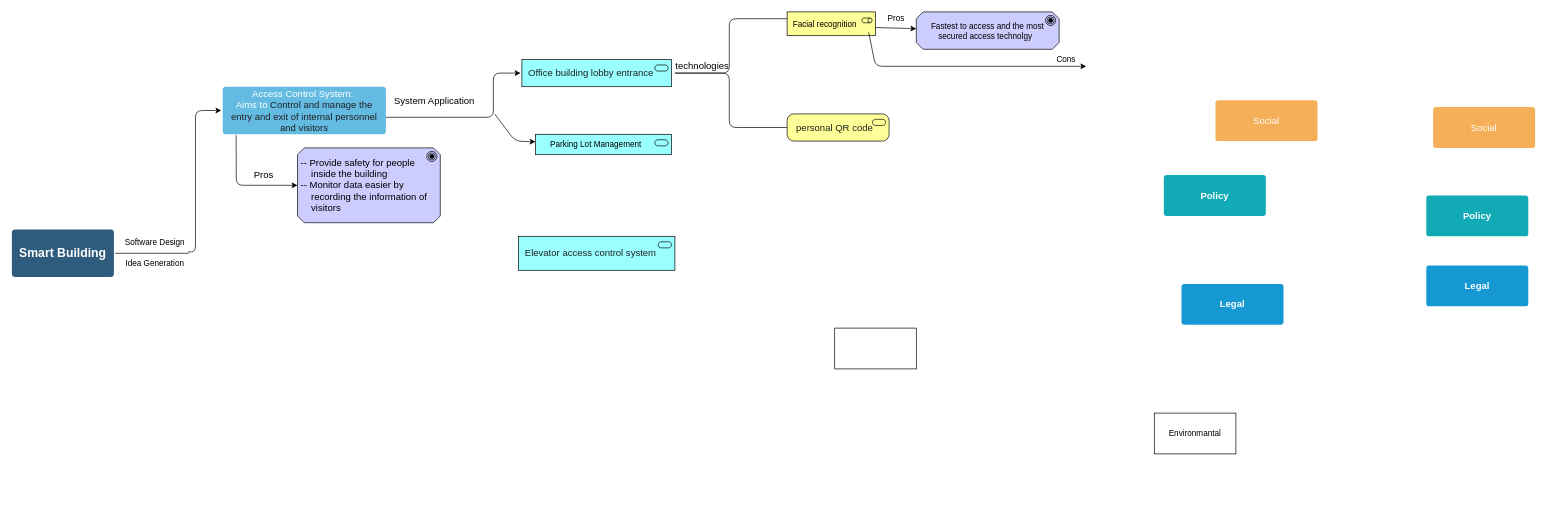
The draw.io diagram Untitled Diagram.drawio in Allen-W426/java-8-lambdas-exercises, before the edit. Source tidied: cells renumbered, new cells numbered last; positions are measured from the earlier drawing's top-left corner, leaving out a move shared by most shapes. Both pictures are drawn from the tidied source at 68%, with x=0, y=0 at pixel (12, 12).
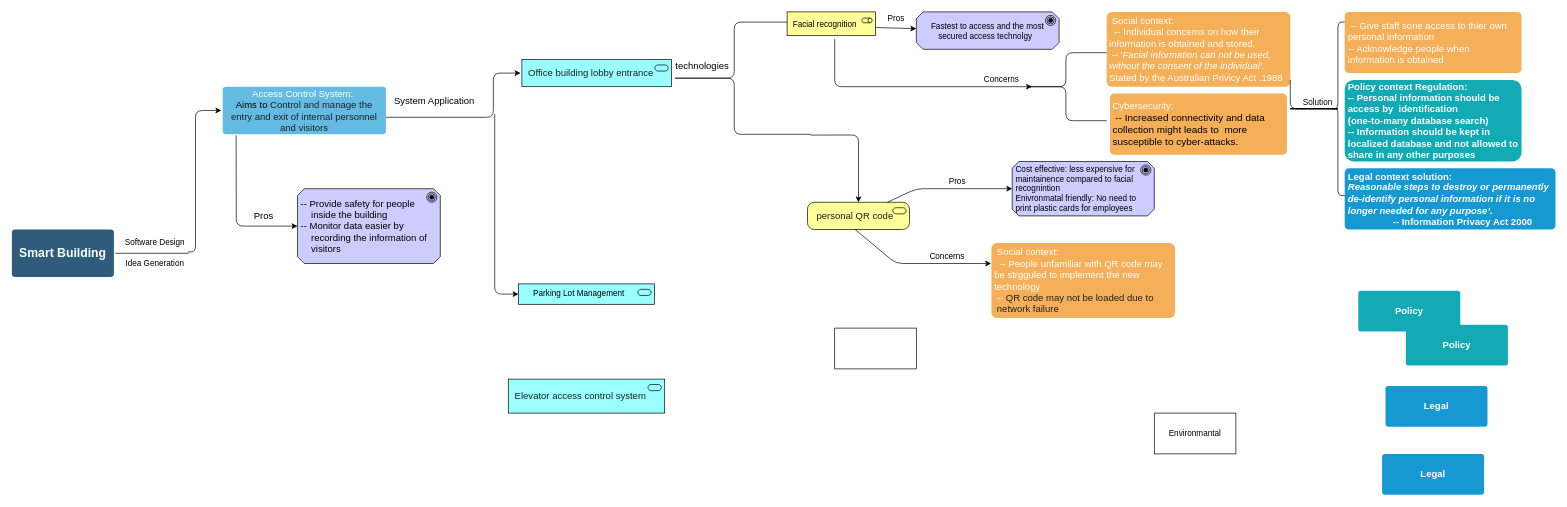
Above is the later version.

Diff of the diagram source:
```diff
@@
     <mxCell id="3" value="Legal" style="rounded=1;whiteSpace=wrap;html=1;shadow=0;labelBackgroundColor=none;strokeColor=none;strokeWidth=3;fillColor=#1699d3;fontFamily=Helvetica;fontSize=14;fontColor=#FFFFFF;align=center;spacing=5;fontStyle=1;arcSize=7;perimeterSpacing=2;" parent="1" vertex="1">
-      <mxGeometry x="1720" y="400" width="150" height="60" as="geometry" />
+      <mxGeometry x="2015" y="650" width="150" height="60" as="geometry" />
     </mxCell>
-    <mxCell id="4" value="Access Control System&lt;font style=&quot;font-size: 14px&quot;&gt;:&amp;nbsp; &lt;br&gt;Aims to&amp;nbsp;&lt;span style=&quot;color: rgb(32 , 33 , 36) ; font-family: &amp;#34;arial&amp;#34; , sans-serif ; text-align: left&quot;&gt;&lt;font&gt;Control and manage the entry and exit of internal personnel and visitors&lt;/font&gt;&lt;/span&gt;&lt;/font&gt;" style="rounded=1;whiteSpace=wrap;html=1;shadow=0;labelBackgroundColor=none;strokeColor=none;strokeWidth=3;fillColor=#64bbe2;fontFamily=Helvetica;fontSize=14;fontColor=#FFFFFF;align=center;spacing=5;arcSize=7;perimeterSpacing=2;" parent="1" vertex="1">
+    <mxCell id="4" value="Access Control System&lt;font style=&quot;font-size: 14px&quot;&gt;:&amp;nbsp; &lt;br&gt;&lt;font color=&quot;#000000&quot;&gt;Aims to&lt;/font&gt;&amp;nbsp;&lt;span style=&quot;color: rgb(32 , 33 , 36) ; font-family: &amp;#34;arial&amp;#34; , sans-serif ; text-align: left&quot;&gt;&lt;font&gt;Control and manage the entry and exit of internal personnel and visitors&lt;/font&gt;&lt;/span&gt;&lt;/font&gt;" style="rounded=1;whiteSpace=wrap;html=1;shadow=0;labelBackgroundColor=none;strokeColor=none;strokeWidth=3;fillColor=#64bbe2;fontFamily=Helvetica;fontSize=14;fontColor=#FFFFFF;align=center;spacing=5;arcSize=7;perimeterSpacing=2;" parent="1" vertex="1">
       <mxGeometry x="310" y="110" width="240" height="70" as="geometry" />
     </mxCell>
-    <mxCell id="5" value="Social" style="rounded=1;whiteSpace=wrap;html=1;shadow=0;labelBackgroundColor=none;strokeColor=none;strokeWidth=3;fillColor=#f5af58;fontFamily=Helvetica;fontSize=14;fontColor=#FFFFFF;align=center;spacing=5;arcSize=7;perimeterSpacing=2;" parent="1" vertex="1">
-      <mxGeometry x="1770" y="130" width="150" height="60" as="geometry" />
+    <mxCell id="5" value="&lt;div style=&quot;text-align: left&quot;&gt;&lt;span&gt;&amp;nbsp;Social context:&lt;/span&gt;&lt;/div&gt;&lt;div style=&quot;text-align: left&quot;&gt;&lt;span&gt;&amp;nbsp; -- Individual concerns on how their information is obtained and stored.&amp;nbsp;&lt;/span&gt;&lt;/div&gt;&lt;div style=&quot;text-align: left&quot;&gt;&amp;nbsp;-- '&lt;i&gt;Facial information can not be used,&lt;/i&gt;&lt;/div&gt;&lt;div style=&quot;text-align: left&quot;&gt;&lt;i&gt;without the consent of the individual'.&lt;/i&gt; Stated by the Australian Privicy Act .1988&lt;/div&gt;" style="rounded=1;whiteSpace=wrap;html=1;shadow=0;labelBackgroundColor=none;strokeColor=none;strokeWidth=3;fillColor=#f5af58;fontFamily=Helvetica;fontSize=14;fontColor=#FFFFFF;align=center;spacing=5;arcSize=7;perimeterSpacing=2;" parent="1" vertex="1">
+      <mxGeometry x="1610" width="270" height="110" as="geometry" />
     </mxCell>
     <mxCell id="6" value="Policy" style="rounded=1;whiteSpace=wrap;html=1;shadow=0;labelBackgroundColor=none;strokeColor=none;strokeWidth=3;fillColor=#12aab5;fontFamily=Helvetica;fontSize=14;fontColor=#FFFFFF;align=center;spacing=5;fontStyle=1;arcSize=7;perimeterSpacing=2;" parent="1" vertex="1">
-      <mxGeometry x="1694" y="240" width="150" height="60" as="geometry" />
+      <mxGeometry x="2050" y="460" width="150" height="60" as="geometry" />
     </mxCell>
@@
     <mxCell id="16" value="&lt;font style=&quot;font-size: 14px&quot;&gt;Pros&lt;/font&gt;" style="text;html=1;align=center;verticalAlign=middle;" parent="1" vertex="1">
-      <mxGeometry x="350" y="230" width="40" height="20" as="geometry" />
+      <mxGeometry x="350" y="290" width="40" height="20" as="geometry" />
     </mxCell>
     <mxCell id="17" value="&lt;div style=&quot;text-align: left&quot;&gt;&lt;span style=&quot;font-size: 14px&quot;&gt;&amp;nbsp;-- Provide safety for people&amp;nbsp; &amp;nbsp; &amp;nbsp; &amp;nbsp; &amp;nbsp; &amp;nbsp; &amp;nbsp; &amp;nbsp;inside the building&lt;/span&gt;&lt;/div&gt;&lt;font style=&quot;font-size: 14px&quot;&gt;&lt;div style=&quot;text-align: left&quot;&gt;&lt;span&gt;&amp;nbsp;-- Monitor data easier by&amp;nbsp; &amp;nbsp; &amp;nbsp; &amp;nbsp; &amp;nbsp; &amp;nbsp; &amp;nbsp; &amp;nbsp; &amp;nbsp; &amp;nbsp;recording the information of&amp;nbsp; &amp;nbsp; &amp;nbsp; &amp;nbsp; &amp;nbsp;visitors&lt;/span&gt;&lt;/div&gt;&lt;/font&gt;" style="html=1;outlineConnect=0;whiteSpace=wrap;fillColor=#ccccff;shape=mxgraph.archimate.motiv;motivType=goal;" parent="1" vertex="1">
-      <mxGeometry x="420" y="200" width="210" height="110" as="geometry" />
+      <mxGeometry x="420" y="260" width="210" height="110" as="geometry" />
     </mxCell>
     <mxCell id="18" value="&amp;nbsp; &amp;nbsp; &amp;nbsp; Parking Lot Management" style="html=1;outlineConnect=0;whiteSpace=wrap;fillColor=#99ffff;shape=mxgraph.archimate.application;appType=service;align=left;" parent="1" vertex="1">
-      <mxGeometry x="770" y="180" width="200" height="30" as="geometry" />
+      <mxGeometry x="745" y="400" width="200" height="30" as="geometry" />
     </mxCell>
     <mxCell id="19" value="&lt;pre class=&quot;tw-data-text tw-text-large XcVN5d tw-ta&quot; id=&quot;tw-target-text&quot; dir=&quot;ltr&quot; style=&quot;line-height: 36px ; border: none ; padding: 2px 0.14em 2px 0px ; position: relative ; margin-top: -2px ; margin-bottom: -2px ; resize: none ; font-family: inherit ; overflow: hidden ; width: 277px ; overflow-wrap: break-word ; color: rgb(32 , 33 , 36)&quot;&gt;&lt;span lang=&quot;en&quot;&gt;&lt;font style=&quot;font-size: 14px&quot;&gt;  Elevator access control system&lt;/font&gt;&lt;/span&gt;&lt;/pre&gt;" style="html=1;whiteSpace=wrap;fillColor=#99ffff;shape=mxgraph.archimate.application;appType=service;align=left;" parent="1" vertex="1">
-      <mxGeometry x="745" y="330" width="230" height="50" as="geometry" />
+      <mxGeometry x="730" y="540" width="230" height="50" as="geometry" />
     </mxCell>
-    <mxCell id="20" style="shape=curlyBracket;whiteSpace=wrap;html=1;rounded=1;size=0.5;" parent="1" vertex="1">
-      <mxGeometry x="970" y="10" width="170" height="160" as="geometry" />
+    <mxCell id="20" style="shape=curlyBracket;whiteSpace=wrap;html=1;rounded=1;size=0.45;" parent="1" vertex="1">
+      <mxGeometry x="970" y="15" width="205" height="165" as="geometry" />
     </mxCell>
     <mxCell id="21" style="endArrow=classic;html=1;" parent="1" edge="1" target="18">
       <mxGeometry relative="1" as="geometry">
         <mxPoint x="710" y="150" as="sourcePoint" />
         <Array as="points">
-          <mxPoint x="740" y="190" />
+          <mxPoint x="710" y="415" />
         </Array>
       </mxGeometry>
     </mxCell>
@@
     <mxCell id="24" value="&lt;pre class=&quot;tw-data-text tw-text-large XcVN5d tw-ta&quot; id=&quot;tw-target-text&quot; dir=&quot;ltr&quot; style=&quot;line-height: 36px ; border: none ; padding: 2px 0.14em 2px 0px ; position: relative ; margin-top: -2px ; margin-bottom: -2px ; resize: none ; font-family: inherit ; overflow: hidden ; width: 277px ; overflow-wrap: break-word ; color: rgb(32 , 33 , 36)&quot;&gt;&lt;span lang=&quot;en&quot;&gt;&lt;font style=&quot;font-size: 14px&quot;&gt;   personal QR code&lt;/font&gt;&lt;/span&gt;&lt;/pre&gt;" style="html=1;outlineConnect=0;whiteSpace=wrap;fillColor=#ffff99;shape=mxgraph.archimate.business;busType=service;align=left;" parent="1" vertex="1">
-      <mxGeometry x="1140" y="150" width="150" height="40" as="geometry" />
+      <mxGeometry x="1170" y="280" width="150" height="40" as="geometry" />
     </mxCell>
     <mxCell id="25" style="endArrow=classic;html=1;exitX=0.089;exitY=0.993;exitDx=0;exitDy=0;exitPerimeter=0;entryX=0;entryY=0.5;entryDx=0;entryDy=0;entryPerimeter=0;" parent="1" edge="1" source="4" target="17">
       <mxGeometry relative="1" as="geometry">
         <Array as="points">
-          <mxPoint x="330" y="255" />
+          <mxPoint x="330" y="315" />
         </Array>
       </mxGeometry>
     </mxCell>
@@
     <mxCell id="29" style="endArrow=classic;html=1;" parent="1" edge="1">
       <mxGeometry relative="1" as="geometry">
-        <mxPoint x="1260" y="30" as="sourcePoint" />
-        <mxPoint x="1580" y="80" as="targetPoint" />
+        <mxPoint x="1210" y="40" as="sourcePoint" />
+        <mxPoint x="1500" y="110" as="targetPoint" />
         <Array as="points">
-          <mxPoint x="1270" y="80" />
+          <mxPoint x="1210" y="110" />
         </Array>
       </mxGeometry>
     </mxCell>
-    <mxCell id="30" value="Cons" style="text;html=1;align=center;verticalAlign=middle;" parent="1" vertex="1">
-      <mxGeometry x="1530" y="60" width="40" height="20" as="geometry" />
+    <mxCell id="30" value="Concerns" style="text;html=1;align=center;verticalAlign=middle;" parent="1" vertex="1">
+      <mxGeometry x="1420" y="90" width="70" height="20" as="geometry" />
     </mxCell>
-    <mxCell id="31" value="Social" style="rounded=1;whiteSpace=wrap;html=1;shadow=0;labelBackgroundColor=none;strokeColor=none;strokeWidth=3;fillColor=#f5af58;fontFamily=Helvetica;fontSize=14;fontColor=#FFFFFF;align=center;spacing=5;arcSize=7;perimeterSpacing=2;" parent="1" vertex="1">
-      <mxGeometry x="2090" y="140" width="150" height="60" as="geometry" />
-    </mxCell>
-    <mxCell id="32" value="Policy" style="rounded=1;whiteSpace=wrap;html=1;shadow=0;labelBackgroundColor=none;strokeColor=none;strokeWidth=3;fillColor=#12aab5;fontFamily=Helvetica;fontSize=14;fontColor=#FFFFFF;align=center;spacing=5;fontStyle=1;arcSize=7;perimeterSpacing=2;" parent="1" vertex="1">
-      <mxGeometry x="2080" y="270" width="150" height="60" as="geometry" />
+    <mxCell id="32" value="Policy context Regulation:&lt;br&gt;-- Personal information should be access by&amp;nbsp; identification&lt;br&gt;(one-to-many database search)&lt;br&gt;-- Information should be kept in localized database and not allowed to share in any other purposes" style="rounded=1;whiteSpace=wrap;html=1;shadow=0;labelBackgroundColor=none;strokeColor=none;strokeWidth=3;fillColor=#12aab5;fontFamily=Helvetica;fontSize=14;fontColor=#FFFFFF;align=left;spacing=5;fontStyle=1;arcSize=11;perimeterSpacing=2;" parent="1" vertex="1">
+      <mxGeometry x="1960" y="100" width="260" height="120" as="geometry" />
     </mxCell>
-    <mxCell id="33" value="Legal" style="rounded=1;whiteSpace=wrap;html=1;shadow=0;labelBackgroundColor=none;strokeColor=none;strokeWidth=3;fillColor=#1699d3;fontFamily=Helvetica;fontSize=14;fontColor=#FFFFFF;align=center;spacing=5;fontStyle=1;arcSize=7;perimeterSpacing=2;" parent="1" vertex="1">
-      <mxGeometry x="2080" y="373" width="150" height="60" as="geometry" />
+    <mxCell id="33" value="Legal context solution:&amp;nbsp;&lt;br&gt;&lt;i&gt;Reasonable steps to destroy or permanently de-identify personal information if it is no longer needed for any purpose’.&amp;nbsp;&lt;/i&gt; &lt;br&gt;&amp;nbsp; &amp;nbsp; &amp;nbsp; &amp;nbsp; &amp;nbsp; &amp;nbsp; &amp;nbsp; &amp;nbsp; &amp;nbsp;-- Information Privacy Act 2000" style="rounded=1;whiteSpace=wrap;html=1;shadow=0;labelBackgroundColor=none;strokeColor=none;strokeWidth=3;fillColor=#1699d3;fontFamily=Helvetica;fontSize=14;fontColor=#FFFFFF;align=left;spacing=5;fontStyle=1;arcSize=7;perimeterSpacing=2;" parent="1" vertex="1">
+      <mxGeometry x="1960" y="230" width="310" height="90" as="geometry" />
     </mxCell>
+    <mxCell id="34" style="shape=curlyBracket;whiteSpace=wrap;html=1;rounded=1;size=0.5;" parent="1" vertex="1">
+      <mxGeometry x="1490" y="60" width="120" height="100" as="geometry" />
+    </mxCell>
+    <mxCell id="35" value="&lt;div style=&quot;text-align: left&quot;&gt;&lt;span&gt;Cybersecurity:&lt;/span&gt;&lt;/div&gt;&lt;div style=&quot;text-align: left&quot;&gt;&lt;span id=&quot;docs-internal-guid-464443f5-7fff-3725-f938-a6052675c688&quot;&gt;&lt;span style=&quot;font-size: 11pt ; font-family: &amp;#34;arial&amp;#34; ; color: rgb(0 , 0 , 0) ; background-color: transparent ; vertical-align: baseline&quot;&gt;&amp;nbsp;-- Increased connectivity and data collection might leads to&amp;nbsp; more susceptible to cyber-attacks.&lt;/span&gt;&lt;/span&gt;&lt;span&gt;&lt;br&gt;&lt;/span&gt;&lt;/div&gt;" style="rounded=1;whiteSpace=wrap;html=1;shadow=0;labelBackgroundColor=none;strokeColor=none;strokeWidth=3;fillColor=#f5af58;fontFamily=Helvetica;fontSize=14;fontColor=#FFFFFF;align=center;spacing=5;arcSize=7;perimeterSpacing=2;" parent="1" vertex="1">
+      <mxGeometry x="1615" y="120" width="260" height="90" as="geometry" />
+    </mxCell>
+    <mxCell id="36" style="shape=curlyBracket;whiteSpace=wrap;html=1;rounded=1;" parent="1" vertex="1">
+      <mxGeometry x="1940" y="15" width="20" height="255" as="geometry" />
+    </mxCell>
+    <mxCell id="37" style="line;strokeWidth=2;html=1;" parent="1" vertex="1">
+      <mxGeometry x="1880" y="122.5" width="70" height="40" as="geometry" />
+    </mxCell>
+    <mxCell id="38" value="Solution" style="text;html=1;align=center;verticalAlign=middle;" parent="1" vertex="1">
+      <mxGeometry x="1890" y="122.5" width="60" height="20" as="geometry" />
+    </mxCell>
+    <mxCell id="39" value="&lt;div&gt;&amp;nbsp;-- Give staff sone access to thier own personal information&lt;/div&gt;&lt;div&gt;-- Acknowledge people when information is obtained&amp;nbsp;&lt;/div&gt;" style="rounded=1;whiteSpace=wrap;html=1;shadow=0;labelBackgroundColor=none;strokeColor=none;strokeWidth=3;fillColor=#f5af58;fontFamily=Helvetica;fontSize=14;fontColor=#FFFFFF;align=left;spacing=5;arcSize=7;perimeterSpacing=2;" parent="1" vertex="1">
+      <mxGeometry x="1960" width="260" height="90" as="geometry" />
+    </mxCell>
+    <mxCell id="40" style="edgeStyle=elbowEdgeStyle;html=1;endArrow=none;elbow=vertical;" parent="1" edge="1">
+      <mxGeometry relative="1" as="geometry">
+        <mxPoint x="1880" y="100" as="sourcePoint" />
+        <mxPoint x="1950" y="143" as="targetPoint" />
+        <Array as="points">
+          <mxPoint x="1990" y="142.5" />
+        </Array>
+      </mxGeometry>
+    </mxCell>
+    <mxCell id="41" style="endArrow=classic;html=1;exitX=0.999;exitY=1.007;exitDx=0;exitDy=0;exitPerimeter=0;" parent="1" edge="1" source="20" target="24">
+      <mxGeometry relative="1" as="geometry">
+        <Array as="points">
+          <mxPoint x="1245" y="181" />
+        </Array>
+      </mxGeometry>
+    </mxCell>
+    <mxCell id="42" value="Pros" style="text;html=1;align=center;verticalAlign=middle;" parent="1" vertex="1">
+      <mxGeometry x="1370" y="240" width="40" height="20" as="geometry" />
+    </mxCell>
+    <mxCell id="43" value="&amp;nbsp;Cost effective: less expensive for&amp;nbsp; &amp;nbsp; &amp;nbsp;maintainence compared to facial&amp;nbsp; &amp;nbsp;recognintion&lt;br&gt;&amp;nbsp;Enivronmatal friendly: No need to&amp;nbsp; &amp;nbsp;print plastic cards for employees" style="html=1;outlineConnect=0;whiteSpace=wrap;fillColor=#ccccff;shape=mxgraph.archimate.motiv;motivType=goal;align=left;" parent="1" vertex="1">
+      <mxGeometry x="1471" y="220" width="209" height="80" as="geometry" />
+    </mxCell>
+    <mxCell id="44" style="endArrow=classic;html=1;entryX=0;entryY=0.5;entryDx=0;entryDy=0;entryPerimeter=0;" parent="1" edge="1" source="24" target="43">
+      <mxGeometry relative="1" as="geometry">
+        <Array as="points">
+          <mxPoint x="1330" y="260" />
+        </Array>
+      </mxGeometry>
+    </mxCell>
+    <mxCell id="45" style="endArrow=classic;html=1;" parent="1" edge="1">
+      <mxGeometry relative="1" as="geometry">
+        <mxPoint x="1240" y="320" as="sourcePoint" />
+        <mxPoint x="1440" y="370" as="targetPoint" />
+        <Array as="points">
+          <mxPoint x="1300" y="370" />
+        </Array>
+      </mxGeometry>
+    </mxCell>
+    <mxCell id="46" value="Concerns" style="text;html=1;align=center;verticalAlign=middle;" parent="1" vertex="1">
+      <mxGeometry x="1340" y="350" width="70" height="20" as="geometry" />
+    </mxCell>
+    <mxCell id="47" value="Policy" style="rounded=1;whiteSpace=wrap;html=1;shadow=0;labelBackgroundColor=none;strokeColor=none;strokeWidth=3;fillColor=#12aab5;fontFamily=Helvetica;fontSize=14;fontColor=#FFFFFF;align=center;spacing=5;fontStyle=1;arcSize=7;perimeterSpacing=2;" parent="1" vertex="1">
+      <mxGeometry x="1980" y="410" width="150" height="60" as="geometry" />
+    </mxCell>
+    <mxCell id="48" value="Legal" style="rounded=1;whiteSpace=wrap;html=1;shadow=0;labelBackgroundColor=none;strokeColor=none;strokeWidth=3;fillColor=#1699d3;fontFamily=Helvetica;fontSize=14;fontColor=#FFFFFF;align=center;spacing=5;fontStyle=1;arcSize=7;perimeterSpacing=2;" parent="1" vertex="1">
+      <mxGeometry x="2020" y="550" width="150" height="60" as="geometry" />
+    </mxCell>
+    <mxCell id="49" value="&lt;div style=&quot;text-align: left&quot;&gt;&lt;span&gt;&amp;nbsp;Social context:&lt;/span&gt;&lt;/div&gt;&lt;div style=&quot;text-align: left&quot;&gt;&lt;span&gt;&amp;nbsp; -- People unfamiliar with QR code may be strgguled to implement the new technology&lt;/span&gt;&lt;/div&gt;&lt;div style=&quot;text-align: left&quot;&gt;&lt;span&gt;&amp;nbsp;--&amp;nbsp;&lt;/span&gt;&lt;span style=&quot;color: rgb(32 , 33 , 36) ; font-family: inherit&quot;&gt;&lt;font style=&quot;font-size: 14px&quot;&gt;QR code may not be loaded due to&amp;nbsp; &amp;nbsp;network failure&lt;/font&gt;&lt;/span&gt;&lt;/div&gt;" style="rounded=1;whiteSpace=wrap;html=1;shadow=0;labelBackgroundColor=none;strokeColor=none;strokeWidth=3;fillColor=#f5af58;fontFamily=Helvetica;fontSize=14;fontColor=#FFFFFF;align=center;spacing=5;arcSize=7;perimeterSpacing=2;" parent="1" vertex="1">
+      <mxGeometry x="1440.5" y="340" width="270" height="110" as="geometry" />
+    </mxCell>
```
